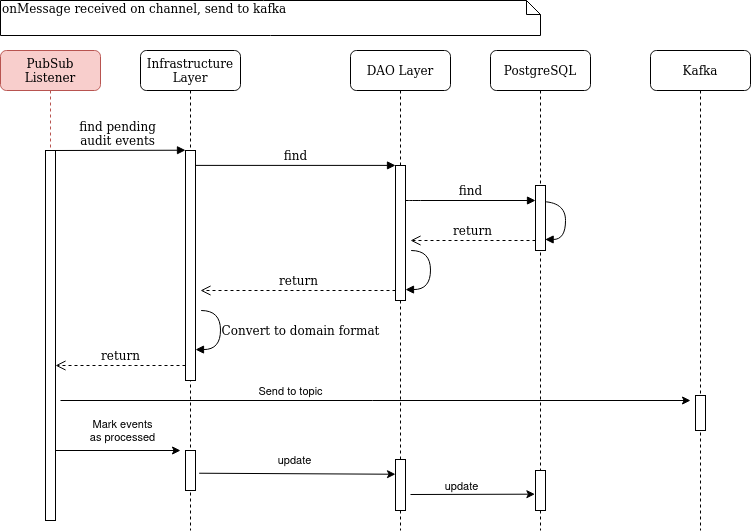
This is docs/images/AuditEventListener.drawio.png from jgautier75/orm-usm, a draw.io export, as it was before one commit. Source tidied: cells renumbered, new cells last; positions are measured from the earlier drawing's top-left corner, leaving out a move shared by most shapes.
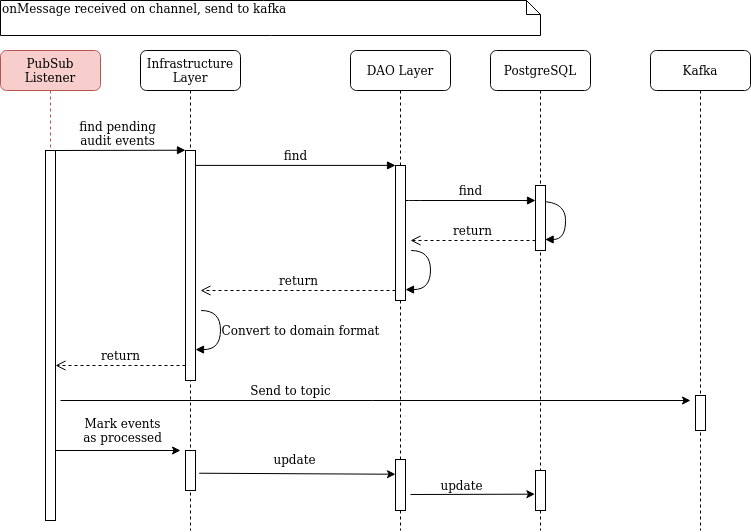
The same diagram one commit later.

What changed in the source:
```diff
@@ -79,7 +79,7 @@
         <mxPoint x="-80" y="444" as="sourcePoint" />
       </mxGeometry>
     </mxCell>
-    <mxCell id="17" value="update" style="edgeLabel;html=1;align=center;verticalAlign=middle;" parent="16" vertex="1">
+    <mxCell id="17" value="&lt;font style=&quot;font-size: 12px;&quot; face=&quot;Verdana&quot;&gt;update&lt;/font&gt;" style="edgeLabel;html=1;align=center;verticalAlign=middle;" parent="16" vertex="1">
       <mxGeometry x="-0.19" y="-2" relative="1" as="geometry">
         <mxPoint y="-11" as="offset" />
       </mxGeometry>
@@ -108,7 +108,7 @@
         <mxPoint x="180" y="400" as="targetPoint" />
       </mxGeometry>
     </mxCell>
-    <mxCell id="24" value="Mark events &lt;br&gt;as processed" style="edgeLabel;html=1;align=center;verticalAlign=middle;" parent="23" vertex="1">
+    <mxCell id="24" value="&lt;font style=&quot;font-size: 12px;&quot; face=&quot;Verdana&quot;&gt;Mark events &lt;br&gt;as processed&lt;/font&gt;" style="edgeLabel;html=1;align=center;verticalAlign=middle;" parent="23" vertex="1">
       <mxGeometry x="-0.39" y="1" relative="1" as="geometry">
         <mxPoint x="28" y="-19" as="offset" />
       </mxGeometry>
@@ -145,7 +145,7 @@
         <mxPoint x="690" y="400" as="targetPoint" />
       </mxGeometry>
     </mxCell>
-    <mxCell id="31" value="Send to topic" style="edgeLabel;html=1;align=center;verticalAlign=middle;" parent="30" vertex="1">
+    <mxCell id="31" value="&lt;font style=&quot;font-size: 12px;&quot; face=&quot;Verdana&quot;&gt;Send to topic&lt;/font&gt;" style="edgeLabel;html=1;align=center;verticalAlign=middle;" parent="30" vertex="1">
       <mxGeometry x="-0.39" y="1" relative="1" as="geometry">
         <mxPoint x="37" y="-9" as="offset" />
       </mxGeometry>
@@ -153,7 +153,7 @@
     <mxCell id="32" style="endArrow=classic;html=1;rounded=0;exitX=1.367;exitY=0.568;exitDx=0;exitDy=0;exitPerimeter=0;entryX=-0.002;entryY=0.289;entryDx=0;entryDy=0;entryPerimeter=0;" parent="1" edge="1" source="6" target="10">
       <mxGeometry relative="1" as="geometry" />
     </mxCell>
-    <mxCell id="33" value="update" style="edgeLabel;html=1;align=center;verticalAlign=middle;" parent="32" vertex="1">
+    <mxCell id="33" value="&lt;font style=&quot;font-size: 12px;&quot; face=&quot;Verdana&quot;&gt;update&lt;/font&gt;" style="edgeLabel;html=1;align=center;verticalAlign=middle;" parent="32" vertex="1">
       <mxGeometry x="-0.03" y="1" relative="1" as="geometry">
         <mxPoint y="-14" as="offset" />
       </mxGeometry>
```
